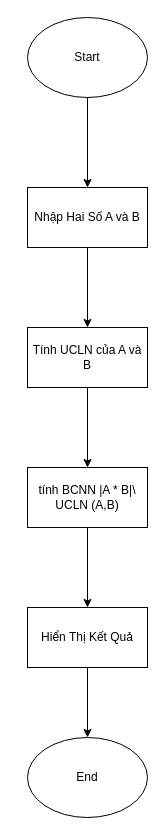
This is page "Trang-1" (1 of 2) of TimBCNN.drawio from phamcongthanhvn2k6/draw.io, a draw.io file, before an edit. Source tidied: cells renumbered, new cells numbered last; positions are measured from the earlier drawing's top-left corner, leaving out a move shared by most shapes. Both pictures are drawn from the tidied source at 100%, with x=0, y=0 at pixel (27, 17).
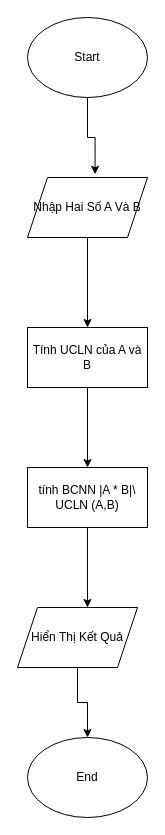
The same diagram, later.

Commit message:
Cập nhật TimBCNN.drawio

The edit, as a diff of the source:
```diff
@@
 <mxGraphModel>
   <root>
     <mxCell id="0" />
     <mxCell id="1" parent="0" />
-    <mxCell id="2" style="edgeStyle=orthogonalEdgeStyle;rounded=0;jettySize=auto;html=1;" parent="1" edge="1" source="3" target="5">
+    <mxCell id="2" style="edgeStyle=orthogonalEdgeStyle;rounded=0;jettySize=auto;html=1;entryX=0.563;entryY=-0.053;entryDx=0;entryDy=0;entryPerimeter=0;" parent="1" edge="1" source="3" target="13">
       <mxGeometry relative="1" as="geometry" />
     </mxCell>
     <mxCell id="3" value="Start" style="ellipse;whiteSpace=wrap;html=1;" parent="1" vertex="1">
       <mxGeometry width="120" height="80" as="geometry" />
     </mxCell>
-    <mxCell id="4" style="edgeStyle=orthogonalEdgeStyle;rounded=0;jettySize=auto;html=1;" parent="1" edge="1" source="5" target="7">
+    <mxCell id="4" style="edgeStyle=orthogonalEdgeStyle;rounded=0;jettySize=auto;html=1;exitX=0.5;exitY=1;exitDx=0;exitDy=0;" parent="1" edge="1" source="13" target="7">
       <mxGeometry relative="1" as="geometry" />
     </mxCell>
-    <mxCell id="5" value="Nhập Hai Số A và B" style="whiteSpace=wrap;html=1;" parent="1" vertex="1">
-      <mxGeometry y="170" width="120" height="60" as="geometry" />
-    </mxCell>
     <mxCell id="6" style="edgeStyle=orthogonalEdgeStyle;rounded=0;jettySize=auto;html=1;" parent="1" edge="1" source="7" target="9">
       <mxGeometry relative="1" as="geometry" />
     </mxCell>
     <mxCell id="7" value="Tính UCLN của A và B" style="whiteSpace=wrap;html=1;" parent="1" vertex="1">
       <mxGeometry y="310" width="120" height="60" as="geometry" />
     </mxCell>
-    <mxCell id="8" style="edgeStyle=orthogonalEdgeStyle;rounded=0;jettySize=auto;html=1;" parent="1" edge="1" source="9" target="11">
+    <mxCell id="8" style="edgeStyle=orthogonalEdgeStyle;rounded=0;jettySize=auto;html=1;entryX=0.583;entryY=0;entryDx=0;entryDy=0;entryPerimeter=0;" parent="1" edge="1" source="9" target="11">
       <mxGeometry relative="1" as="geometry" />
     </mxCell>
     <mxCell id="9" value="tính BCNN |A * B|\ UCLN (A,B)" style="whiteSpace=wrap;html=1;" parent="1" vertex="1">
       <mxGeometry y="450" width="120" height="60" as="geometry" />
     </mxCell>
     <mxCell id="10" style="edgeStyle=orthogonalEdgeStyle;rounded=0;jettySize=auto;html=1;exitX=0.5;exitY=1;exitDx=0;exitDy=0;entryX=0.5;entryY=0;entryDx=0;entryDy=0;" parent="1" edge="1" source="11" target="12">
       <mxGeometry relative="1" as="geometry" />
     </mxCell>
+    <mxCell id="12" value="End" style="ellipse;whiteSpace=wrap;html=1;" parent="1" vertex="1">
+      <mxGeometry y="720" width="120" height="80" as="geometry" />
+    </mxCell>
+    <mxCell id="13" value="Nhập Hai Số A Và B" style="shape=parallelogram;perimeter=parallelogramPerimeter;whiteSpace=wrap;html=1;fixedSize=1;" parent="1" vertex="1">
+      <mxGeometry y="160" width="120" height="60" as="geometry" />
+    </mxCell>
-    <mxCell id="11" value="Hiển Thị Kết Quả" style="whiteSpace=wrap;html=1;" parent="1" vertex="1">
-      <mxGeometry y="590" width="120" height="60" as="geometry" />
+    <mxCell id="11" value="Hiển Thị Kết Quả" style="shape=parallelogram;perimeter=parallelogramPerimeter;whiteSpace=wrap;html=1;fixedSize=1;" parent="1" vertex="1">
+      <mxGeometry x="-10" y="590" width="120" height="60" as="geometry" />
     </mxCell>
-    <mxCell id="12" value="End" style="ellipse;whiteSpace=wrap;html=1;" parent="1" vertex="1">
-      <mxGeometry y="720" width="120" height="80" as="geometry" />
-    </mxCell>
   </root>
 </mxGraphModel>
```
